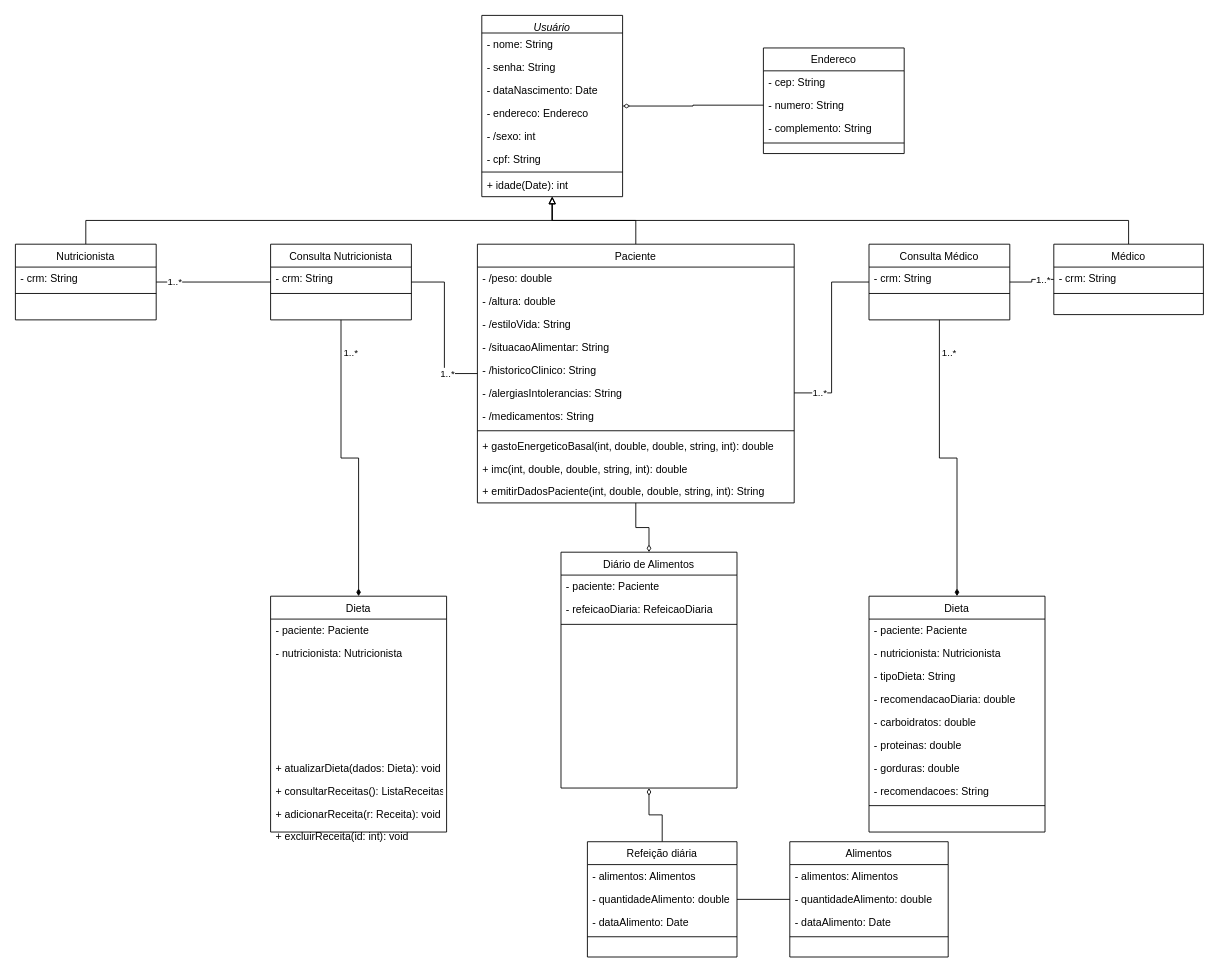
Above: diagrama_de_dominio.drawio in ProjetoDelimeterSite/DelimeterDocumantacao (draw.io), before the change. Source tidied: cells renumbered, new cells numbered last; positions are measured from the earlier drawing's top-left corner, leaving out a move shared by most shapes. Both pictures are drawn from the tidied source at 88%, with x=0, y=0 at pixel (15, 15).
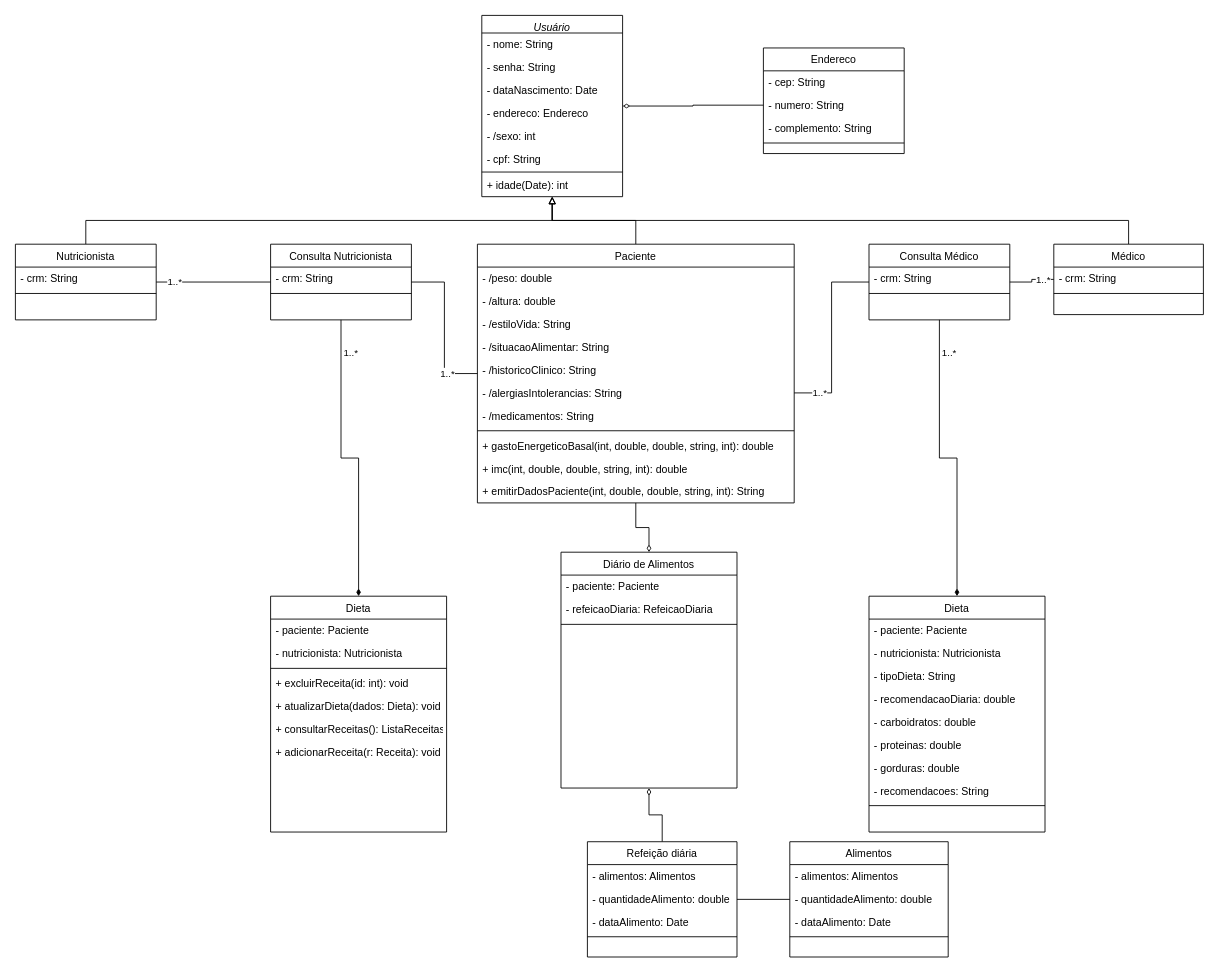
Above is the later version.

Unchanged cells that the change refers to:
```xml
<mxCell id="50" value="Dieta" style="swimlane;fontStyle=0;align=center;verticalAlign=top;horizontal=1;startSize=26;rounded=0;shadow=0;strokeWidth=1;" parent="1" vertex="1">
  <mxGeometry x="290" y="660" width="200" height="268" as="geometry" />
</mxCell>
<mxCell id="74" value="Diário de Alimentos" style="swimlane;fontStyle=0;align=center;verticalAlign=top;horizontal=1;startSize=26;rounded=0;shadow=0;strokeWidth=1;" parent="1" vertex="1">
  <mxGeometry x="620" y="610" width="200" height="268" as="geometry" />
</mxCell>
```

Diff of the diagram source:
```diff
@@
+    <mxCell id="77" style="line;html=1;strokeWidth=1;align=left;verticalAlign=middle;spacingTop=-1;spacingLeft=3;spacingRight=3;labelPosition=right;" parent="50" vertex="1">
+      <mxGeometry y="78" width="200" height="8" as="geometry" />
+    </mxCell>
+    <mxCell id="56" value="+ excluirReceita(id: int): void" style="text;align=left;verticalAlign=top;spacingLeft=4;spacingRight=4;overflow=hidden;" parent="50" vertex="1">
+      <mxGeometry y="86" width="200" height="26" as="geometry" />
+    </mxCell>
     <mxCell id="53" value="+ atualizarDieta(dados: Dieta): void" style="text;align=left;verticalAlign=top;spacingLeft=4;spacingRight=4;overflow=hidden;" parent="50" vertex="1">
-      <mxGeometry y="182" width="200" height="26" as="geometry" />
+      <mxGeometry y="112" width="200" height="26" as="geometry" />
     </mxCell>
     <mxCell id="54" value="+ consultarReceitas(): ListaReceitas" style="text;align=left;verticalAlign=top;spacingLeft=4;spacingRight=4;overflow=hidden;" parent="50" vertex="1">
-      <mxGeometry y="208" width="200" height="26" as="geometry" />
+      <mxGeometry y="138" width="200" height="26" as="geometry" />
     </mxCell>
     <mxCell id="55" value="+ adicionarReceita(r: Receita): void" style="text;align=left;verticalAlign=top;spacingLeft=4;spacingRight=4;overflow=hidden;" parent="50" vertex="1">
-      <mxGeometry y="234" width="200" height="26" as="geometry" />
+      <mxGeometry y="164" width="200" height="26" as="geometry" />
     </mxCell>
-    <mxCell id="56" value="+ excluirReceita(id: int): void" style="text;align=left;verticalAlign=top;spacingLeft=4;spacingRight=4;overflow=hidden;" parent="50" vertex="1">
-      <mxGeometry y="260" width="200" height="26" as="geometry" />
-    </mxCell>
@@
-    <mxCell id="77" style="line;html=1;strokeWidth=1;align=left;verticalAlign=middle;spacingTop=-1;spacingLeft=3;spacingRight=3;labelPosition=right;" parent="74" vertex="1">
-      <mxGeometry y="78" width="200" height="8" as="geometry" />
-    </mxCell>
+    <mxCell id="90" style="line;html=1;strokeWidth=1;align=left;verticalAlign=middle;spacingTop=-1;spacingLeft=3;spacingRight=3;labelPosition=right;" parent="74" vertex="1">
+      <mxGeometry y="78" width="200" height="8" as="geometry" />
+    </mxCell>
```
